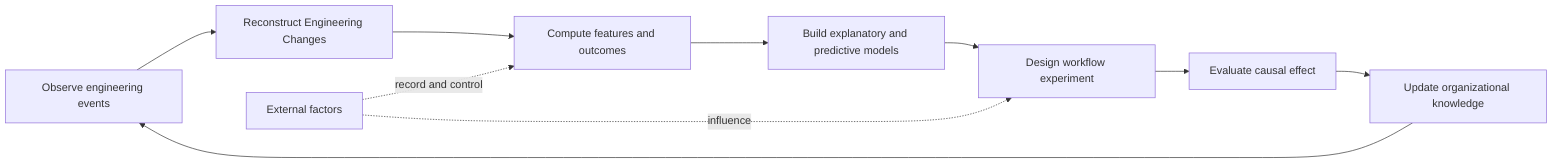
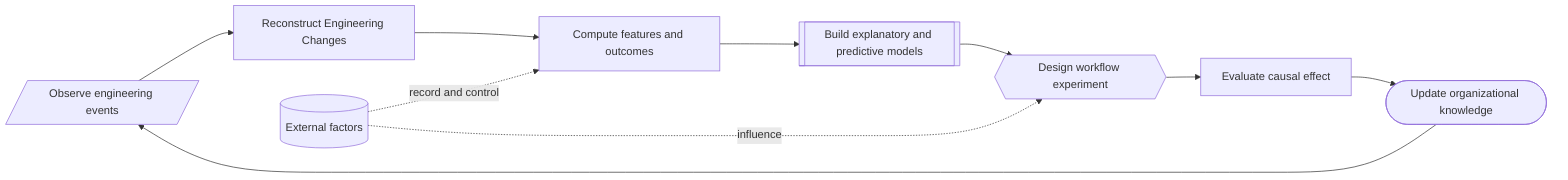
flowchart LR
-     A[Observe engineering events] --> B[Reconstruct Engineering Changes]
+     A[/Observe engineering events/] --> B[Reconstruct Engineering Changes]
    B --> C[Compute features and outcomes]
-     C --> D[Build explanatory and predictive models]
-     D --> E[Design workflow experiment]
+     C --> D[[Build explanatory and predictive models]]
+     D --> E{{Design workflow experiment}}
    E --> F[Evaluate causal effect]
-     F --> G[Update organizational knowledge]
+     F --> G([Update organizational knowledge])
    G --> A

-     X[External factors] -. record and control .-> C
+     X[(External factors)] -. record and control .-> C
    X -. influence .-> E
